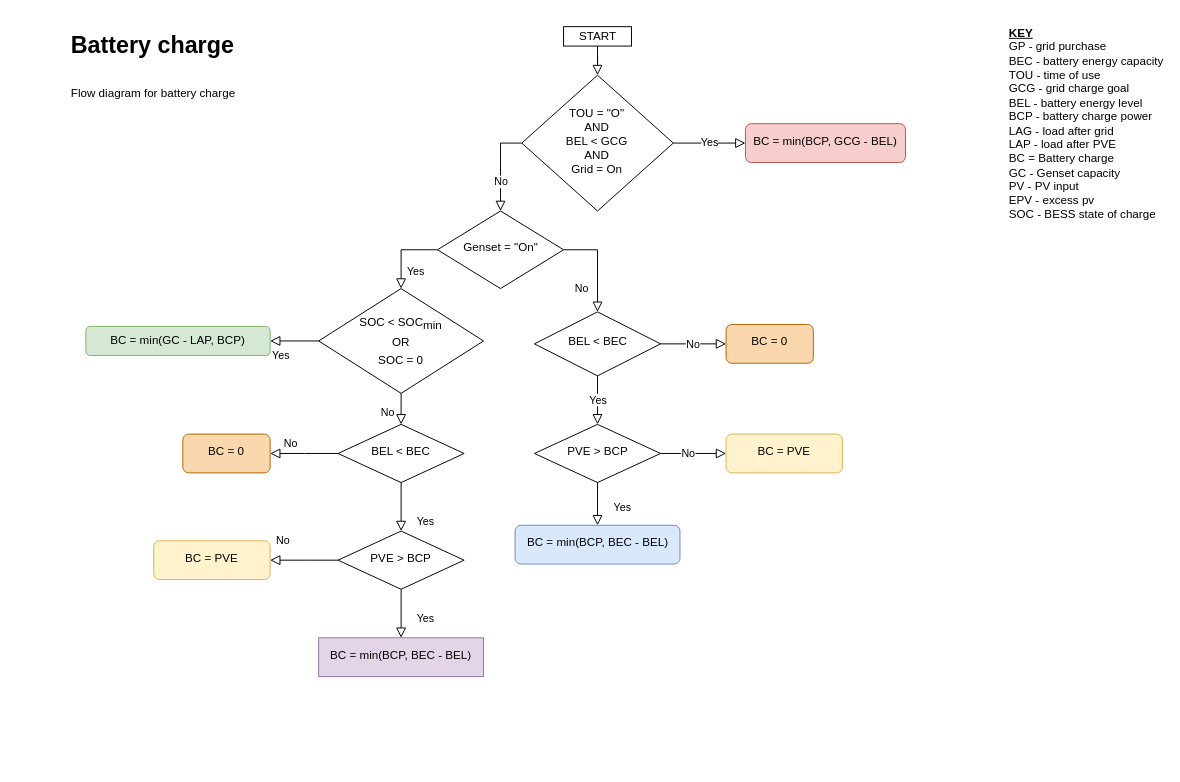
hanbu62/diagrams keeps this draw.io diagram as page "bessCharge" (2 of 4) of offGridSimulator.drawio. Above is the earlier version. Source tidied: cells renumbered, new cells numbered last; positions are measured from the earlier drawing's top-left corner, leaving out a move shared by most shapes. Both pictures are drawn from the tidied source at 97%, with x=0, y=0 at pixel (66, 26).
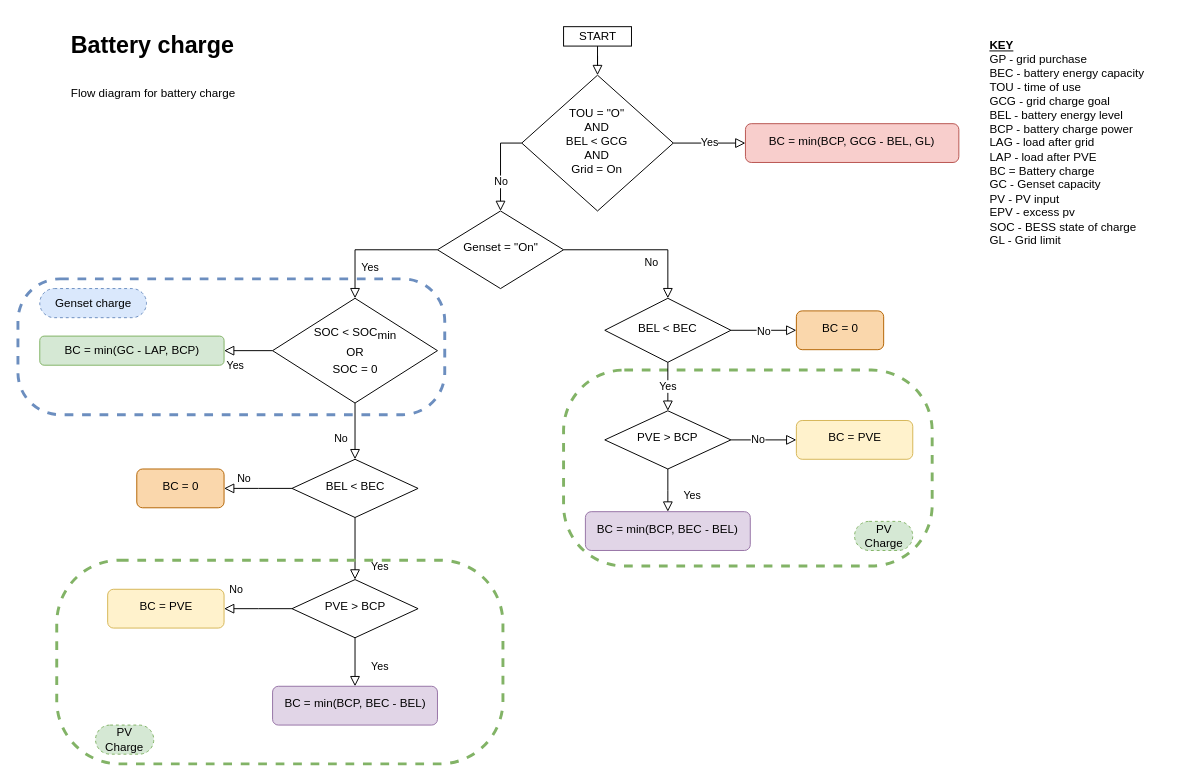
The same diagram, later.

The change refers to these unchanged cells:
```xml
<mxCell id="4" value="Genset = &quot;On&quot;" style="rhombus;whiteSpace=wrap;html=1;shadow=0;fontFamily=Helvetica;fontSize=12;align=center;strokeWidth=1;spacing=6;spacingTop=-4;verticalAlign=middle;rounded=0;" parent="1" vertex="1">
  <mxGeometry x="382.5" y="190" width="130" height="80" as="geometry" />
</mxCell>
```

Diff of the diagram source:
```diff
@@
+    <mxCell id="36" style="rounded=1;whiteSpace=wrap;html=1;dashed=1;fillColor=none;arcSize=31;strokeColor=#6c8ebf;strokeWidth=3;" parent="1" vertex="1">
+      <mxGeometry x="-50" y="260" width="440" height="140" as="geometry" />
+    </mxCell>
+    <mxCell id="37" style="rounded=1;whiteSpace=wrap;html=1;dashed=1;fillColor=none;arcSize=31;strokeColor=#82b366;strokeWidth=3;" parent="1" vertex="1">
+      <mxGeometry x="512.5" y="354" width="380" height="202" as="geometry" />
+    </mxCell>
     <mxCell id="2" value="Yes" style="rounded=0;html=1;jettySize=auto;fontSize=11;endArrow=block;endFill=0;endSize=8;strokeWidth=1;shadow=0;labelBackgroundColor=none;edgeStyle=orthogonalEdgeStyle;exitX=0;exitY=0.5;exitDx=0;exitDy=0;entryX=0.5;entryY=0;entryDx=0;entryDy=0;verticalAlign=middle;" parent="1" edge="1" source="4" target="8">
       <mxGeometry x="0.53" y="15" relative="1" as="geometry">
         <Array as="points">
-          <mxPoint x="345" y="230" />
+          <mxPoint x="298" y="230" />
         </Array>
       </mxGeometry>
     </mxCell>
@@
     <mxCell id="5" value="Yes" style="edgeStyle=none;rounded=0;jettySize=auto;html=1;endArrow=block;endFill=0;startSize=6;endSize=8;exitX=0;exitY=0.5;exitDx=0;exitDy=0;verticalAlign=middle;" parent="1" edge="1" source="8">
       <mxGeometry x="0.56" y="15" relative="1" as="geometry">
-        <mxPoint x="210" y="324" as="targetPoint" />
+        <mxPoint x="162.5" y="334" as="targetPoint" />
       </mxGeometry>
     </mxCell>
@@
     <mxCell id="8" value="&lt;font style=&quot;font-size: 12px;&quot;&gt;SOC &amp;lt; SOC&lt;/font&gt;&lt;sub style=&quot;&quot;&gt;&lt;font style=&quot;font-size: 12px;&quot;&gt;min&lt;br&gt;OR&lt;br&gt;SOC = 0&lt;/font&gt;&lt;br&gt;&lt;/sub&gt;" style="rhombus;whiteSpace=wrap;html=1;verticalAlign=middle;rounded=0;" parent="1" vertex="1">
-      <mxGeometry x="260" y="270" width="170" height="108" as="geometry" />
+      <mxGeometry x="212.5" y="280" width="170" height="108" as="geometry" />
     </mxCell>
@@
-    <mxCell id="12" value="&lt;b&gt;&lt;u&gt;KEY&lt;/u&gt;&lt;/b&gt;&lt;br&gt;GP - grid purchase&lt;br&gt;BEC - battery energy capacity&lt;br&gt;TOU - time of use&lt;br&gt;GCG - grid charge goal&lt;br&gt;BEL - battery energy level&amp;nbsp;&lt;br&gt;BCP - battery charge power&lt;br&gt;LAG - load after grid&lt;br&gt;LAP - load after PVE&lt;br&gt;BC = Battery charge&lt;br&gt;GC - Genset capacity&lt;br&gt;PV - PV input&lt;br&gt;EPV - excess pv&lt;br&gt;SOC - BESS state of charge&amp;nbsp;" style="text;html=1;align=left;verticalAlign=middle;strokeColor=none;fillColor=none;rounded=0;" parent="1" vertex="1">
-      <mxGeometry x="970" width="160" height="200" as="geometry" />
+    <mxCell id="12" value="&lt;b&gt;&lt;u&gt;KEY&lt;/u&gt;&lt;/b&gt;&lt;br&gt;GP - grid purchase&lt;br&gt;BEC - battery energy capacity&lt;br&gt;TOU - time of use&lt;br&gt;GCG - grid charge goal&lt;br&gt;BEL - battery energy level&amp;nbsp;&lt;br&gt;BCP - battery charge power&lt;br&gt;LAG - load after grid&lt;br&gt;LAP - load after PVE&lt;br&gt;BC = Battery charge&lt;br&gt;GC - Genset capacity&lt;br&gt;PV - PV input&lt;br&gt;EPV - excess pv&lt;br&gt;SOC - BESS state of charge&amp;nbsp;&lt;br&gt;GL - Grid limit&lt;br&gt;" style="text;html=1;align=left;verticalAlign=middle;strokeColor=none;fillColor=none;rounded=0;" parent="1" vertex="1">
+      <mxGeometry x="950" y="5" width="180" height="230" as="geometry" />
     </mxCell>
     <mxCell id="13" value="No" style="edgeStyle=orthogonalEdgeStyle;rounded=0;jettySize=auto;html=1;endArrow=block;endFill=0;startSize=6;endSize=8;verticalAlign=middle;" parent="1" edge="1" source="15">
       <mxGeometry x="0.65" y="-20" relative="1" as="geometry">
-        <mxPoint x="210" y="550" as="targetPoint" />
+        <mxPoint x="162.5" y="600" as="targetPoint" />
       </mxGeometry>
     </mxCell>
@@
     <mxCell id="15" value="PVE &amp;gt; BCP" style="rhombus;whiteSpace=wrap;html=1;shadow=0;fontFamily=Helvetica;fontSize=12;align=center;strokeWidth=1;spacing=6;spacingTop=-4;verticalAlign=middle;rounded=0;" parent="1" vertex="1">
-      <mxGeometry x="280" y="520" width="130" height="60" as="geometry" />
+      <mxGeometry x="232.5" y="570" width="130" height="60" as="geometry" />
     </mxCell>
@@
     <mxCell id="17" value="No" style="edgeStyle=orthogonalEdgeStyle;rounded=0;jettySize=auto;html=1;entryX=0;entryY=0.5;entryDx=0;entryDy=0;endArrow=block;endFill=0;startSize=6;endSize=8;" parent="1" edge="1" source="18">
       <mxGeometry relative="1" as="geometry">
-        <mxPoint x="680" y="327" as="targetPoint" />
+        <mxPoint x="752.5" y="313" as="targetPoint" />
       </mxGeometry>
     </mxCell>
     <mxCell id="18" value="BEL &amp;lt; BEC" style="rhombus;whiteSpace=wrap;html=1;shadow=0;fontFamily=Helvetica;fontSize=12;align=center;strokeWidth=1;spacing=6;spacingTop=-4;verticalAlign=middle;fillColor=none;rounded=0;" parent="1" vertex="1">
-      <mxGeometry x="482.5" y="294" width="130" height="66" as="geometry" />
+      <mxGeometry x="555" y="280" width="130" height="66" as="geometry" />
     </mxCell>
     <mxCell id="19" value="No" style="edgeStyle=orthogonalEdgeStyle;rounded=0;jettySize=auto;html=1;entryX=1;entryY=0.5;entryDx=0;entryDy=0;endArrow=block;endFill=0;startSize=6;endSize=8;verticalAlign=middle;" parent="1" edge="1" source="21">
       <mxGeometry x="0.43" y="-10" relative="1" as="geometry">
-        <mxPoint x="210" y="440" as="targetPoint" />
+        <mxPoint x="162.5" y="476" as="targetPoint" />
       </mxGeometry>
     </mxCell>
@@
     <mxCell id="21" value="BEL &amp;lt; BEC" style="rhombus;whiteSpace=wrap;html=1;shadow=0;fontFamily=Helvetica;fontSize=12;align=center;strokeWidth=1;spacing=6;spacingTop=-4;verticalAlign=middle;fillColor=none;rounded=0;" parent="1" vertex="1">
-      <mxGeometry x="280" y="410" width="130" height="60" as="geometry" />
+      <mxGeometry x="232.5" y="446" width="130" height="60" as="geometry" />
     </mxCell>
-    <mxCell id="22" value="BC = min(BCP, BEC - BEL)" style="rounded=0;whiteSpace=wrap;html=1;shadow=0;strokeWidth=1;spacing=6;spacingTop=-4;fillColor=#e1d5e7;strokeColor=#9673a6;" parent="1" vertex="1">
-      <mxGeometry x="260" y="630" width="170" height="40" as="geometry" />
+    <mxCell id="22" value="BC = min(BCP, BEC - BEL)" style="rounded=1;whiteSpace=wrap;html=1;shadow=0;strokeWidth=1;spacing=6;spacingTop=-4;fillColor=#e1d5e7;strokeColor=#9673a6;" parent="1" vertex="1">
+      <mxGeometry x="212.5" y="680" width="170" height="40" as="geometry" />
     </mxCell>
@@
-    <mxCell id="24" value="Yes" style="edgeStyle=orthogonalEdgeStyle;rounded=0;jettySize=auto;html=1;endArrow=block;endFill=0;startSize=6;endSize=8;" parent="1" edge="1" source="25" target="27">
-      <mxGeometry x="0.2" y="25" relative="1" as="geometry" />
+    <mxCell id="24" value="Yes" style="edgeStyle=orthogonalEdgeStyle;rounded=0;jettySize=auto;html=1;endArrow=block;endFill=0;startSize=6;endSize=8;" parent="1" edge="1" source="25">
+      <mxGeometry x="0.2" y="25" relative="1" as="geometry">
+        <mxPoint x="620" y="500" as="targetPoint" />
+      </mxGeometry>
     </mxCell>
     <mxCell id="25" value="PVE &amp;gt; BCP" style="rhombus;whiteSpace=wrap;html=1;shadow=0;fontFamily=Helvetica;fontSize=12;align=center;strokeWidth=1;spacing=6;spacingTop=-4;verticalAlign=middle;rounded=0;" parent="1" vertex="1">
-      <mxGeometry x="482.5" y="410" width="130" height="60" as="geometry" />
+      <mxGeometry x="555" y="396" width="130" height="60" as="geometry" />
     </mxCell>
     <mxCell id="26" value="BC = PVE" style="rounded=1;whiteSpace=wrap;html=1;shadow=0;strokeWidth=1;spacing=6;spacingTop=-4;verticalAlign=middle;fillColor=#fff2cc;strokeColor=#d6b656;glass=0;" parent="1" vertex="1">
-      <mxGeometry x="680" y="420" width="120" height="40" as="geometry" />
+      <mxGeometry x="752.5" y="406" width="120" height="40" as="geometry" />
     </mxCell>
-    <mxCell id="27" value="BC = min(BCP, BEC - BEL)" style="rounded=1;whiteSpace=wrap;html=1;shadow=0;strokeWidth=1;spacing=6;spacingTop=-4;fillColor=#dae8fc;strokeColor=#6c8ebf;glass=0;" parent="1" vertex="1">
-      <mxGeometry x="462.5" y="514" width="170" height="40" as="geometry" />
-    </mxCell>
@@
-    <mxCell id="31" value="BC = min(BCP, GCG - BEL)" style="rounded=1;whiteSpace=wrap;html=1;shadow=0;strokeWidth=1;spacing=6;spacingTop=-4;fillColor=#f8cecc;strokeColor=#b85450;glass=0;" parent="1" vertex="1">
-      <mxGeometry x="700" y="100" width="165" height="40" as="geometry" />
+    <mxCell id="31" value="BC = min(BCP, GCG - BEL, GL)" style="rounded=1;whiteSpace=wrap;html=1;shadow=0;strokeWidth=1;spacing=6;spacingTop=-4;fillColor=#f8cecc;strokeColor=#b85450;glass=0;" parent="1" vertex="1">
+      <mxGeometry x="700" y="100" width="220" height="40" as="geometry" />
     </mxCell>
     <mxCell id="32" value="BC = 0" style="rounded=1;whiteSpace=wrap;html=1;shadow=0;strokeWidth=1;spacing=6;spacingTop=-4;verticalAlign=middle;fillColor=#fad7ac;strokeColor=#b46504;glass=0;" parent="1" vertex="1">
-      <mxGeometry x="680" y="307" width="90" height="40" as="geometry" />
+      <mxGeometry x="752.5" y="293" width="90" height="40" as="geometry" />
     </mxCell>
     <mxCell id="33" value="BC = min(GC - LAP, BCP)" style="rounded=1;whiteSpace=wrap;html=1;verticalAlign=middle;fillColor=#d5e8d4;strokeColor=#82b366;glass=0;" parent="1" vertex="1">
-      <mxGeometry x="20" y="309" width="190" height="30" as="geometry" />
+      <mxGeometry x="-27.5" y="319" width="190" height="30" as="geometry" />
     </mxCell>
     <mxCell id="34" value="BC = 0" style="rounded=1;whiteSpace=wrap;html=1;shadow=0;strokeWidth=1;spacing=6;spacingTop=-4;verticalAlign=middle;fillColor=#fad7ac;strokeColor=#b46504;glass=0;" parent="1" vertex="1">
-      <mxGeometry x="120" y="420" width="90" height="40" as="geometry" />
+      <mxGeometry x="72.5" y="456" width="90" height="40" as="geometry" />
     </mxCell>
     <mxCell id="35" value="BC = PVE" style="rounded=1;whiteSpace=wrap;html=1;shadow=0;strokeWidth=1;spacing=6;spacingTop=-4;verticalAlign=middle;fillColor=#fff2cc;strokeColor=#d6b656;glass=0;" parent="1" vertex="1">
-      <mxGeometry x="90" y="530" width="120" height="40" as="geometry" />
+      <mxGeometry x="42.5" y="580" width="120" height="40" as="geometry" />
     </mxCell>
+    <mxCell id="38" value="PV Charge" style="text;html=1;strokeColor=#82b366;fillColor=#d5e8d4;align=center;verticalAlign=middle;whiteSpace=wrap;rounded=1;dashed=1;arcSize=50;" parent="1" vertex="1">
+      <mxGeometry x="812.5" y="510" width="60" height="30" as="geometry" />
+    </mxCell>
+    <mxCell id="39" value="Genset charge" style="text;html=1;strokeColor=#6c8ebf;fillColor=#dae8fc;align=center;verticalAlign=middle;whiteSpace=wrap;rounded=1;dashed=1;arcSize=50;" parent="1" vertex="1">
+      <mxGeometry x="-27.5" y="270" width="110" height="30" as="geometry" />
+    </mxCell>
+    <mxCell id="27" value="BC = min(BCP, BEC - BEL)" style="rounded=1;whiteSpace=wrap;html=1;shadow=0;strokeWidth=1;spacing=6;spacingTop=-4;fillColor=#e1d5e7;strokeColor=#9673a6;" parent="1" vertex="1">
+      <mxGeometry x="535" y="500" width="170" height="40" as="geometry" />
+    </mxCell>
+    <mxCell id="40" style="rounded=1;whiteSpace=wrap;html=1;dashed=1;fillColor=none;arcSize=31;strokeColor=#82b366;strokeWidth=3;" parent="1" vertex="1">
+      <mxGeometry x="-10" y="550" width="460" height="210" as="geometry" />
+    </mxCell>
+    <mxCell id="41" value="PV Charge" style="text;html=1;strokeColor=#82b366;fillColor=#d5e8d4;align=center;verticalAlign=middle;whiteSpace=wrap;rounded=1;dashed=1;arcSize=50;" parent="1" vertex="1">
+      <mxGeometry x="30" y="720" width="60" height="30" as="geometry" />
+    </mxCell>
```
